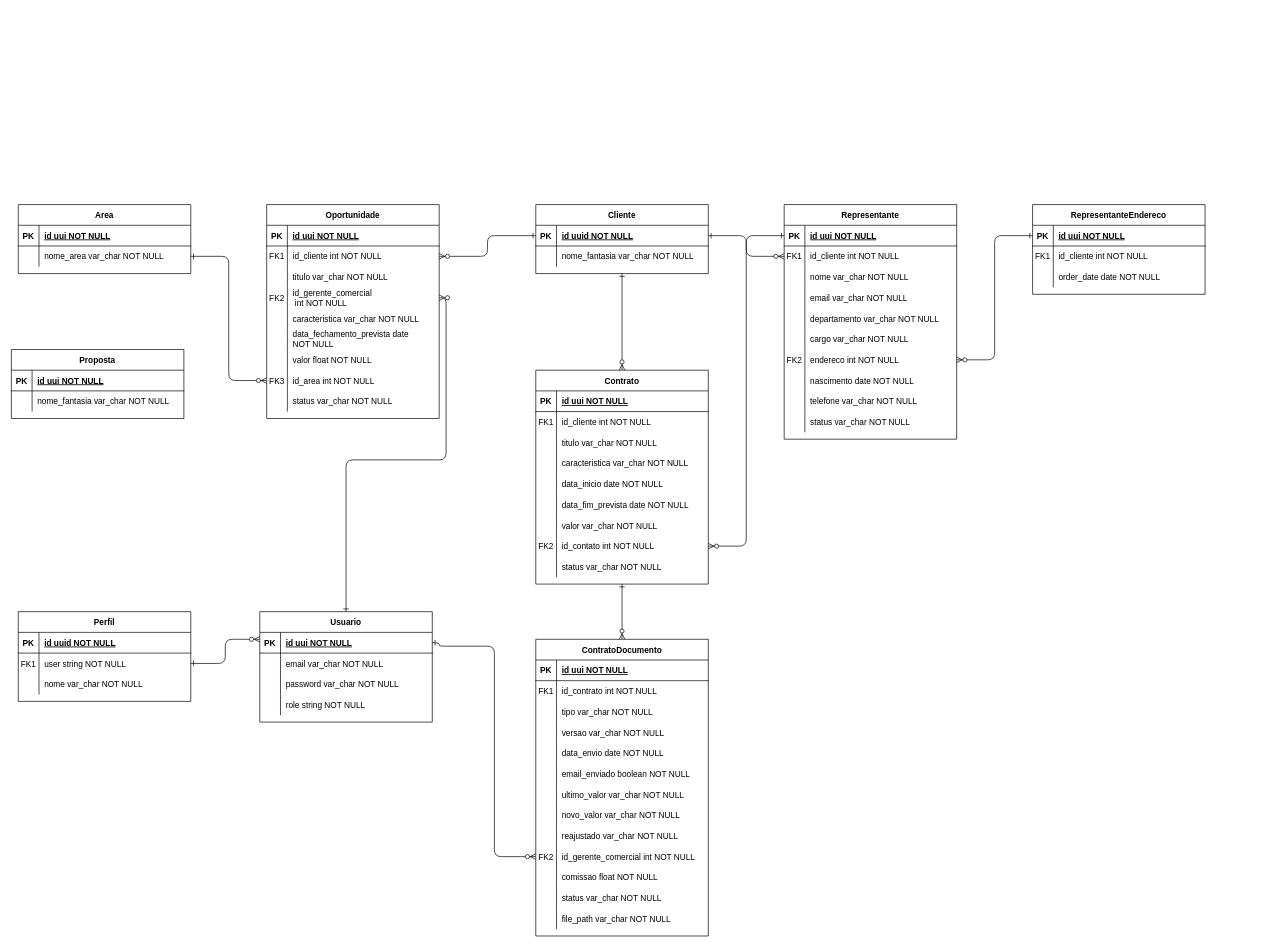
rgr-tecnologia/crm-api keeps this draw.io diagram as docs/diagrams/modulo-comercial.drawio. Above is the earlier version. Source tidied: cells renumbered, new cells numbered last; positions are measured from the earlier drawing's top-left corner, leaving out a move shared by most shapes. Both pictures are drawn from the tidied source at 69%, with x=0, y=0 at pixel (11, 204).
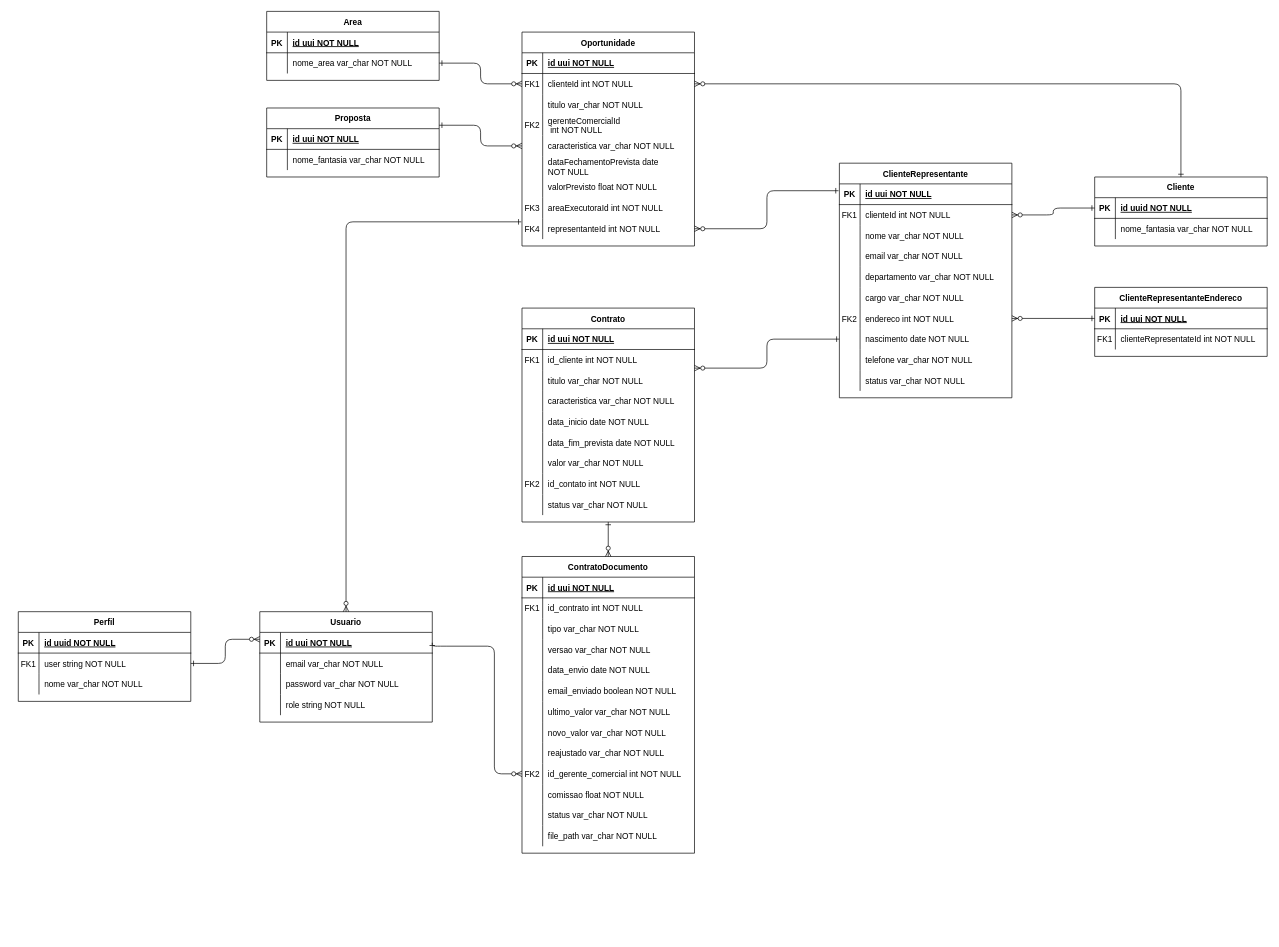
The same diagram, later.

The change refers to these unchanged cells:
```xml
<mxCell id="4" style="shape=partialRectangle;fillColor=none;points=[[0,0.5],[1,0.5]];portConstraint=eastwest;top=0;left=0;right=0;bottom=1;" parent="3" vertex="1">
  <mxGeometry y="30" width="250" height="30" as="geometry" />
</mxCell>
<mxCell id="7" style="shape=partialRectangle;fillColor=none;points=[[0,0.5],[1,0.5]];portConstraint=eastwest;top=0;left=0;right=0;bottom=0;" parent="3" vertex="1">
  <mxGeometry y="60" width="250" height="30" as="geometry" />
</mxCell>
<mxCell id="25" style="shape=partialRectangle;fillColor=none;points=[[0,0.5],[1,0.5]];portConstraint=eastwest;top=0;left=0;right=0;bottom=0;" parent="3" vertex="1">
  <mxGeometry y="240" width="250" height="30" as="geometry" />
</mxCell>
<mxCell id="35" style="shape=partialRectangle;fillColor=none;points=[[0,0.5],[1,0.5]];portConstraint=eastwest;top=0;left=0;right=0;bottom=1;" parent="34" vertex="1">
  <mxGeometry y="30" width="250" height="30" as="geometry" />
</mxCell>
<mxCell id="45" style="shape=partialRectangle;fillColor=none;points=[[0,0.5],[1,0.5]];portConstraint=eastwest;top=0;left=0;right=0;bottom=0;" parent="41" vertex="1">
  <mxGeometry y="60" width="250" height="30" as="geometry" />
</mxCell>
<mxCell id="63" style="shape=partialRectangle;fillColor=none;points=[[0,0.5],[1,0.5]];portConstraint=eastwest;top=0;left=0;right=0;bottom=0;" parent="41" vertex="1">
  <mxGeometry y="240" width="250" height="30" as="geometry" />
</mxCell>
<mxCell id="74" style="shape=partialRectangle;fillColor=none;top=0;left=0;right=0;bottom=0;" parent="70" vertex="1">
  <mxGeometry y="60" width="250" height="30" as="geometry" />
</mxCell>
<mxCell id="124" value="Usuario" style="shape=table;startSize=30;childLayout=tableLayout;rowLines=0;fontStyle=1;align=center;" parent="1" vertex="1">
  <mxGeometry x="360" y="590" width="250" height="160" as="geometry" />
</mxCell>
<mxCell id="141" style="shape=partialRectangle;fillColor=none;points=[[0,0.5],[1,0.5]];portConstraint=eastwest;top=0;left=0;right=0;bottom=0;" parent="137" vertex="1">
  <mxGeometry y="60" width="250" height="30" as="geometry" />
</mxCell>
<mxCell id="147" style="shape=partialRectangle;fillColor=none;points=[[0,0.5],[1,0.5]];portConstraint=eastwest;top=0;left=0;right=0;bottom=0;" parent="137" vertex="1">
  <mxGeometry y="120" width="250" height="30" as="geometry" />
</mxCell>
<mxCell id="150" style="shape=partialRectangle;fillColor=none;points=[[0,0.5],[1,0.5]];portConstraint=eastwest;top=0;left=0;right=0;bottom=0;" parent="137" vertex="1">
  <mxGeometry y="150" width="250" height="30" as="geometry" />
</mxCell>
<mxCell id="153" style="shape=partialRectangle;fillColor=none;top=0;left=0;right=0;bottom=0;" parent="137" vertex="1">
  <mxGeometry y="180" width="250" height="30" as="geometry" />
</mxCell>
<mxCell id="156" style="shape=partialRectangle;fillColor=none;top=0;left=0;right=0;bottom=0;" parent="137" vertex="1">
  <mxGeometry y="210" width="250" height="30" as="geometry" />
</mxCell>
<mxCell id="159" style="shape=partialRectangle;fillColor=none;points=[[0,0.5],[1,0.5]];portConstraint=eastwest;top=0;left=0;right=0;bottom=0;" parent="137" vertex="1">
  <mxGeometry y="240" width="250" height="30" as="geometry" />
</mxCell>
<mxCell id="162" style="shape=partialRectangle;fillColor=none;points=[[0,0.5],[1,0.5]];portConstraint=eastwest;top=0;left=0;right=0;bottom=0;" parent="137" vertex="1">
  <mxGeometry y="270" width="250" height="30" as="geometry" />
</mxCell>
<mxCell id="171" style="shape=partialRectangle;fillColor=none;points=[[0,0.5],[1,0.5]];portConstraint=eastwest;top=0;left=0;right=0;bottom=0;" parent="167" vertex="1">
  <mxGeometry y="60" width="250" height="30" as="geometry" />
</mxCell>
```

Diff of the diagram source:
```diff
@@
-    <mxCell id="3" value="Representante" style="shape=table;startSize=30;childLayout=tableLayout;rowLines=0;fontStyle=1;align=center;" parent="1" vertex="1">
-      <mxGeometry x="1120" width="250" height="340" as="geometry" />
+    <mxCell id="3" value="ClienteRepresentante" style="shape=table;startSize=30;childLayout=tableLayout;rowLines=0;fontStyle=1;align=center;" parent="1" vertex="1">
+      <mxGeometry x="1200" y="-60" width="250" height="340" as="geometry" />
     </mxCell>
@@
-    <mxCell id="9" value="id_cliente int NOT NULL" style="shape=partialRectangle;overflow=hidden;fillColor=none;top=0;left=0;bottom=0;right=0;align=left;spacingLeft=6;" parent="7" vertex="1">
+    <mxCell id="9" value="clienteId int NOT NULL" style="shape=partialRectangle;overflow=hidden;fillColor=none;top=0;left=0;bottom=0;right=0;align=left;spacingLeft=6;" parent="7" vertex="1">
       <mxGeometry x="30" width="220" height="30" as="geometry" />
     </mxCell>
@@
     <mxCell id="34" value="Cliente" style="shape=table;startSize=30;childLayout=tableLayout;rowLines=0;fontStyle=1;align=center;" parent="1" vertex="1">
-      <mxGeometry x="760" width="250" height="100" as="geometry" />
+      <mxGeometry x="1570" y="-40" width="250" height="100" as="geometry" />
     </mxCell>
@@
     <mxCell id="41" value="Contrato" style="shape=table;startSize=30;childLayout=tableLayout;rowLines=0;fontStyle=1;align=center;" parent="1" vertex="1">
-      <mxGeometry x="760" y="240" width="250" height="310" as="geometry" />
+      <mxGeometry x="740" y="150" width="250" height="310" as="geometry" />
     </mxCell>
@@
-    <mxCell id="69" style="endArrow=ERzeroToMany;startArrow=ERone;endFill=1;startFill=0;exitX=0.5;exitY=1;exitDx=0;exitDy=0;entryX=0.5;entryY=0;entryDx=0;entryDy=0;rounded=1;edgeStyle=orthogonalEdgeStyle;" parent="1" edge="1" source="34" target="41">
-      <mxGeometry relative="1" as="geometry" />
-    </mxCell>
-    <mxCell id="70" value="RepresentanteEndereco" style="shape=table;startSize=30;childLayout=tableLayout;rowLines=0;fontStyle=1;align=center;" parent="1" vertex="1">
-      <mxGeometry x="1480" width="250" height="130" as="geometry" />
+    <mxCell id="70" value="ClienteRepresentanteEndereco" style="shape=table;startSize=30;childLayout=tableLayout;rowLines=0;fontStyle=1;align=center;" parent="1" vertex="1">
+      <mxGeometry x="1570" y="120" width="250" height="100" as="geometry" />
     </mxCell>
@@
-    <mxCell id="76" value="id_cliente int NOT NULL" style="shape=partialRectangle;overflow=hidden;fillColor=none;top=0;left=0;bottom=0;right=0;align=left;spacingLeft=6;" parent="74" vertex="1">
+    <mxCell id="76" value="clienteRepresentateId int NOT NULL" style="shape=partialRectangle;overflow=hidden;fillColor=none;top=0;left=0;bottom=0;right=0;align=left;spacingLeft=6;" parent="74" vertex="1">
       <mxGeometry x="30" width="220" height="30" as="geometry" />
     </mxCell>
-    <mxCell id="77" style="shape=partialRectangle;fillColor=none;top=0;left=0;right=0;bottom=0;" parent="70" vertex="1">
-      <mxGeometry y="90" width="250" height="30" as="geometry" />
-    </mxCell>
-    <mxCell id="78" style="shape=partialRectangle;overflow=hidden;fillColor=none;top=0;left=0;bottom=0;right=0;" parent="77" vertex="1">
-      <mxGeometry width="30" height="30" as="geometry" />
-    </mxCell>
-    <mxCell id="79" value="order_date date NOT NULL" style="shape=partialRectangle;overflow=hidden;fillColor=none;top=0;left=0;bottom=0;right=0;align=left;spacingLeft=6;" parent="77" vertex="1">
-      <mxGeometry x="30" width="220" height="30" as="geometry" />
-    </mxCell>
@@
-    <mxCell id="81" style="edgeStyle=orthogonalEdgeStyle;endArrow=ERzeroToMany;startArrow=ERone;endFill=1;startFill=0;entryX=1;entryY=0.5;entryDx=0;entryDy=0;exitX=0;exitY=0.5;exitDx=0;exitDy=0;" parent="1" edge="1" source="4" target="63">
+    <mxCell id="81" style="edgeStyle=orthogonalEdgeStyle;endArrow=ERzeroToMany;startArrow=ERone;endFill=1;startFill=0;entryX=1;entryY=0.9;entryDx=0;entryDy=0;exitX=0;exitY=0.5;exitDx=0;exitDy=0;entryPerimeter=0;" parent="1" edge="1" source="25" target="45">
       <mxGeometry relative="1" as="geometry" />
     </mxCell>
     <mxCell id="82" value="ContratoDocumento" style="shape=table;startSize=30;childLayout=tableLayout;rowLines=0;fontStyle=1;align=center;" parent="1" vertex="1">
-      <mxGeometry x="760" y="630" width="250" height="430" as="geometry" />
+      <mxGeometry x="740" y="510" width="250" height="430" as="geometry" />
     </mxCell>
@@
     <mxCell id="137" value="Oportunidade" style="shape=table;startSize=30;childLayout=tableLayout;rowLines=0;fontStyle=1;align=center;" parent="1" vertex="1">
-      <mxGeometry x="370" width="250" height="310" as="geometry" />
+      <mxGeometry x="740" y="-250" width="250" height="310" as="geometry" />
     </mxCell>
@@
-    <mxCell id="143" value="id_cliente int NOT NULL" style="shape=partialRectangle;overflow=hidden;fillColor=none;top=0;left=0;bottom=0;right=0;align=left;spacingLeft=6;" parent="141" vertex="1">
+    <mxCell id="143" value="clienteId int NOT NULL" style="shape=partialRectangle;overflow=hidden;fillColor=none;top=0;left=0;bottom=0;right=0;align=left;spacingLeft=6;" parent="141" vertex="1">
       <mxGeometry x="30" width="220" height="30" as="geometry" />
     </mxCell>
@@
-    <mxCell id="149" value="id_gerente_comercial&#10; int NOT NULL" style="shape=partialRectangle;overflow=hidden;fillColor=none;top=0;left=0;bottom=0;right=0;align=left;spacingLeft=6;" parent="147" vertex="1">
+    <mxCell id="149" value="gerenteComercialId&#10; int NOT NULL" style="shape=partialRectangle;overflow=hidden;fillColor=none;top=0;left=0;bottom=0;right=0;align=left;spacingLeft=6;" parent="147" vertex="1">
       <mxGeometry x="30" width="220" height="30" as="geometry" />
     </mxCell>
@@
-    <mxCell id="155" value="data_fechamento_prevista date &#10;NOT NULL" style="shape=partialRectangle;overflow=hidden;fillColor=none;top=0;left=0;bottom=0;right=0;align=left;spacingLeft=6;" parent="153" vertex="1">
+    <mxCell id="155" value="dataFechamentoPrevista date &#10;NOT NULL" style="shape=partialRectangle;overflow=hidden;fillColor=none;top=0;left=0;bottom=0;right=0;align=left;spacingLeft=6;" parent="153" vertex="1">
       <mxGeometry x="30" width="220" height="30" as="geometry" />
     </mxCell>
@@
-    <mxCell id="158" value="valor float NOT NULL" style="shape=partialRectangle;overflow=hidden;fillColor=none;top=0;left=0;bottom=0;right=0;align=left;spacingLeft=6;" parent="156" vertex="1">
+    <mxCell id="158" value="valorPrevisto float NOT NULL" style="shape=partialRectangle;overflow=hidden;fillColor=none;top=0;left=0;bottom=0;right=0;align=left;spacingLeft=6;" parent="156" vertex="1">
       <mxGeometry x="30" width="220" height="30" as="geometry" />
     </mxCell>
@@
-    <mxCell id="161" value="id_area int NOT NULL" style="shape=partialRectangle;overflow=hidden;fillColor=none;top=0;left=0;bottom=0;right=0;align=left;spacingLeft=6;" parent="159" vertex="1">
+    <mxCell id="161" value="areaExecutoraId int NOT NULL" style="shape=partialRectangle;overflow=hidden;fillColor=none;top=0;left=0;bottom=0;right=0;align=left;spacingLeft=6;" parent="159" vertex="1">
       <mxGeometry x="30" width="220" height="30" as="geometry" />
     </mxCell>
@@
-    <mxCell id="163" style="shape=partialRectangle;overflow=hidden;fillColor=none;top=0;left=0;bottom=0;right=0;" parent="162" vertex="1">
-      <mxGeometry width="30" height="30" as="geometry" />
-    </mxCell>
-    <mxCell id="164" value="status var_char NOT NULL" style="shape=partialRectangle;overflow=hidden;fillColor=none;top=0;left=0;bottom=0;right=0;align=left;spacingLeft=6;" parent="162" vertex="1">
-      <mxGeometry x="30" width="220" height="30" as="geometry" />
-    </mxCell>
+    <mxCell id="193" value="FK4" style="shape=partialRectangle;overflow=hidden;fillColor=none;top=0;left=0;bottom=0;right=0;" parent="162" vertex="1">
+      <mxGeometry width="30" height="30" as="geometry" />
+    </mxCell>
+    <mxCell id="194" value="representanteId int NOT NULL" style="shape=partialRectangle;overflow=hidden;fillColor=none;top=0;left=0;bottom=0;right=0;align=left;spacingLeft=6;" parent="162" vertex="1">
+      <mxGeometry x="30" width="220" height="30" as="geometry" />
+    </mxCell>
-    <mxCell id="165" style="endArrow=ERzeroToMany;startArrow=ERone;endFill=1;startFill=0;entryX=1;entryY=0.5;entryDx=0;entryDy=0;rounded=1;edgeStyle=orthogonalEdgeStyle;" parent="1" edge="1" source="35" target="141">
+    <mxCell id="165" style="endArrow=ERzeroToMany;startArrow=ERone;endFill=1;startFill=0;entryX=1;entryY=0.5;entryDx=0;entryDy=0;rounded=1;edgeStyle=orthogonalEdgeStyle;exitX=0.5;exitY=0;exitDx=0;exitDy=0;" parent="1" edge="1" source="34" target="141">
       <mxGeometry relative="1" as="geometry" />
     </mxCell>
-    <mxCell id="166" style="endArrow=ERzeroToMany;startArrow=ERone;endFill=1;startFill=0;entryX=1;entryY=0.5;entryDx=0;entryDy=0;rounded=1;edgeStyle=orthogonalEdgeStyle;" parent="1" edge="1" source="124" target="147">
-      <mxGeometry relative="1" as="geometry" />
-    </mxCell>
     <mxCell id="167" value="Area" style="shape=table;startSize=30;childLayout=tableLayout;rowLines=0;fontStyle=1;align=center;" parent="1" vertex="1">
-      <mxGeometry x="10" width="250" height="100" as="geometry" />
+      <mxGeometry x="370" y="-280" width="250" height="100" as="geometry" />
     </mxCell>
@@
-    <mxCell id="174" style="endArrow=ERzeroToMany;startArrow=ERone;endFill=1;startFill=0;entryX=0;entryY=0.5;entryDx=0;entryDy=0;rounded=1;edgeStyle=orthogonalEdgeStyle;exitX=1;exitY=0.5;exitDx=0;exitDy=0;" parent="1" edge="1" source="171" target="159">
+    <mxCell id="174" style="endArrow=ERzeroToMany;startArrow=ERone;endFill=1;startFill=0;rounded=1;edgeStyle=orthogonalEdgeStyle;exitX=1;exitY=0.5;exitDx=0;exitDy=0;" parent="1" edge="1" source="171" target="141">
       <mxGeometry relative="1" as="geometry" />
     </mxCell>
     <mxCell id="175" value="Proposta" style="shape=table;startSize=30;childLayout=tableLayout;rowLines=0;fontStyle=1;align=center;" parent="1" vertex="1">
-      <mxGeometry y="210" width="250" height="100" as="geometry" />
+      <mxGeometry x="370" y="-140" width="250" height="100" as="geometry" />
     </mxCell>
@@
+    <mxCell id="195" style="endArrow=ERzeroToMany;startArrow=ERone;endFill=1;startFill=0;entryX=1;entryY=0.5;entryDx=0;entryDy=0;rounded=1;edgeStyle=orthogonalEdgeStyle;exitX=-0.005;exitY=0.33;exitDx=0;exitDy=0;exitPerimeter=0;" parent="1" edge="1" source="4" target="162">
+      <mxGeometry relative="1" as="geometry" />
+    </mxCell>
+    <mxCell id="196" style="endArrow=ERzeroToMany;startArrow=ERone;endFill=1;startFill=0;entryX=0;entryY=0.5;entryDx=0;entryDy=0;rounded=1;edgeStyle=orthogonalEdgeStyle;exitX=1;exitY=0.25;exitDx=0;exitDy=0;" parent="1" edge="1" source="175" target="150">
+      <mxGeometry relative="1" as="geometry" />
+    </mxCell>
+    <mxCell id="197" style="endArrow=ERzeroToMany;startArrow=ERone;endFill=1;startFill=0;rounded=1;edgeStyle=orthogonalEdgeStyle;exitX=-0.004;exitY=0.167;exitDx=0;exitDy=0;exitPerimeter=0;" parent="1" edge="1" source="162" target="124">
+      <mxGeometry relative="1" as="geometry" />
+    </mxCell>
```
